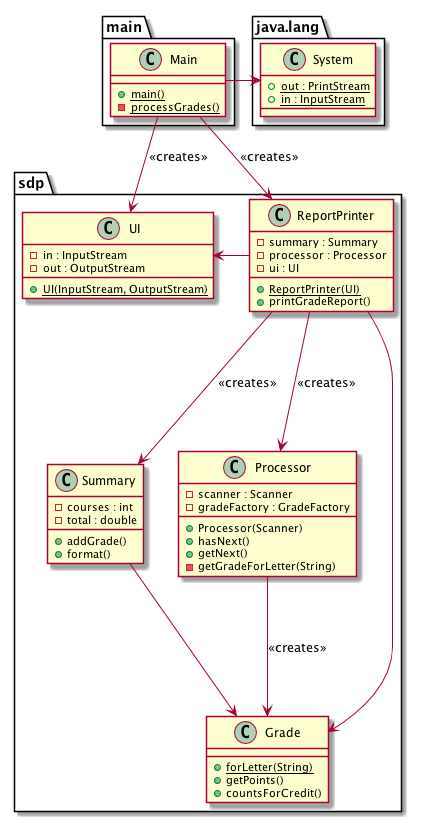
This is docs/images/gradingDependencies_ReportPrinterTakingUIParam.png from skiadas/SoftwareDevelopmentPracticumCourse, a PlantUML export, as it was before one commit.
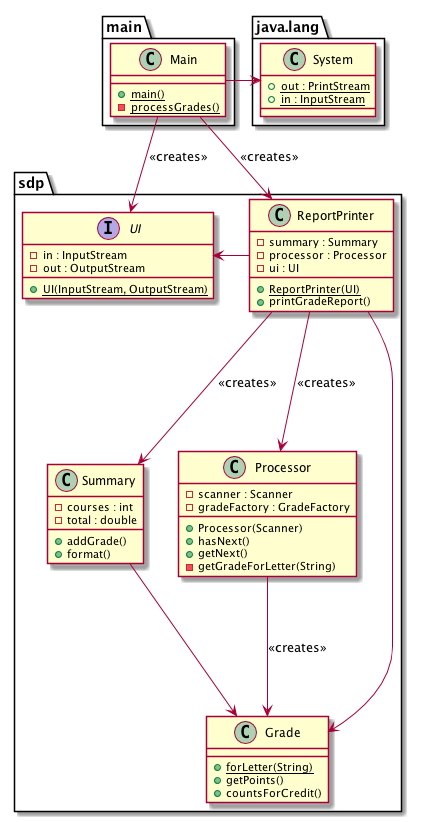
Above is the later version.

Change to the diagram source:
```diff
@@ -7,7 +7,7 @@
   }
 
   package sdp {
-    class UI {
+    interface UI {
         - in : InputStream
         - out : OutputStream
         + {static} UI(InputStream, OutputStream)
```
